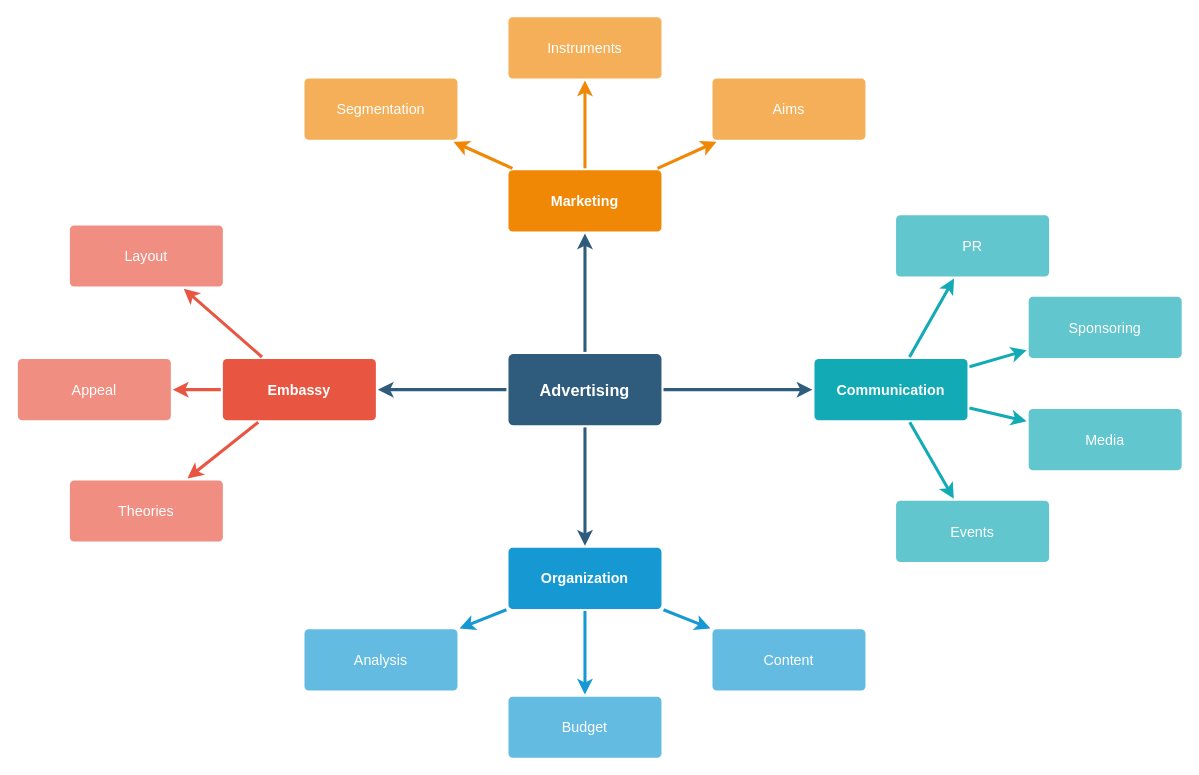
Before: file/未命名绘图.drawio in shuxuecode/drawio, a draw.io diagram. Source tidied: cells renumbered, new cells numbered last; positions are measured from the earlier drawing's top-left corner, leaving out a move shared by most shapes. Both pictures are drawn from the tidied source at 102%, with x=0, y=0 at pixel (17, 16).
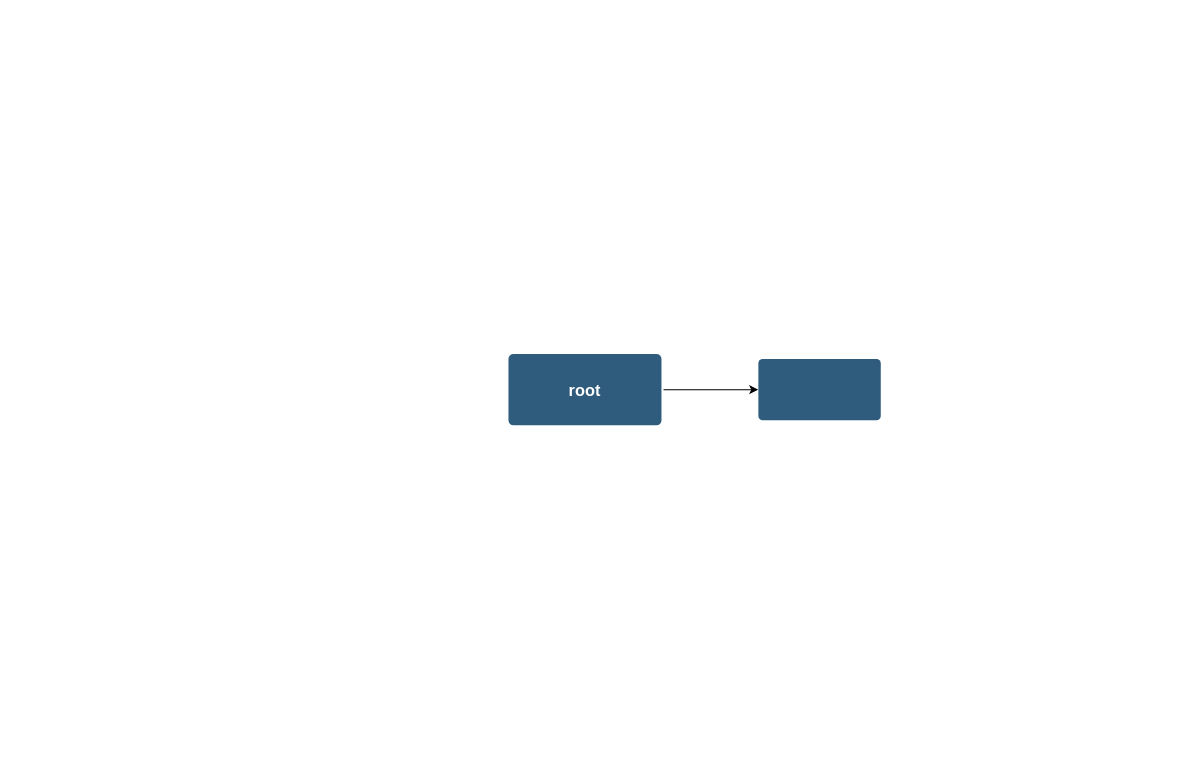
Above is the later version.

Commit message:
更新未命名绘图.drawio

What changed in the source:
```diff
@@
-    <mxCell id="2" style="edgeStyle=none;rounded=0;jumpStyle=none;html=1;shadow=0;labelBackgroundColor=none;startArrow=none;startFill=0;endArrow=classic;endFill=1;jettySize=auto;strokeColor=#2F5B7C;strokeWidth=3;fontFamily=Helvetica;fontSize=16;fontColor=#23445D;spacing=5;" parent="1" edge="1" source="6" target="21">
-      <mxGeometry relative="1" as="geometry" />
-    </mxCell>
-    <mxCell id="3" style="edgeStyle=none;rounded=0;jumpStyle=none;html=1;shadow=0;labelBackgroundColor=none;startArrow=none;startFill=0;endArrow=classic;endFill=1;jettySize=auto;strokeColor=#2F5B7C;strokeWidth=3;fontFamily=Helvetica;fontSize=16;fontColor=#23445D;spacing=5;" parent="1" edge="1" source="6" target="28">
-      <mxGeometry relative="1" as="geometry" />
-    </mxCell>
-    <mxCell id="4" style="edgeStyle=none;rounded=0;jumpStyle=none;html=1;shadow=0;labelBackgroundColor=none;startArrow=none;startFill=0;endArrow=classic;endFill=1;jettySize=auto;strokeColor=#2F5B7C;strokeWidth=3;fontFamily=Helvetica;fontSize=16;fontColor=#23445D;spacing=5;" parent="1" edge="1" source="6" target="17">
-      <mxGeometry relative="1" as="geometry" />
-    </mxCell>
-    <mxCell id="5" style="edgeStyle=none;rounded=0;jumpStyle=none;html=1;shadow=0;labelBackgroundColor=none;startArrow=none;startFill=0;endArrow=classic;endFill=1;jettySize=auto;strokeColor=#2F5B7C;strokeWidth=3;fontFamily=Helvetica;fontSize=16;fontColor=#23445D;spacing=5;" parent="1" edge="1" source="6" target="10">
-      <mxGeometry relative="1" as="geometry" />
-    </mxCell>
+    <mxCell id="37" style="edgeStyle=orthogonalEdgeStyle;rounded=0;jettySize=auto;html=1;" parent="1" edge="1" source="6" target="38">
+      <mxGeometry relative="1" as="geometry" />
+    </mxCell>
-    <mxCell id="6" value="Advertising" style="rounded=1;whiteSpace=wrap;html=1;shadow=0;labelBackgroundColor=none;strokeColor=none;strokeWidth=3;fillColor=#2F5B7C;fontFamily=Helvetica;fontSize=16;fontColor=#FFFFFF;align=center;fontStyle=1;spacing=5;arcSize=7;perimeterSpacing=2;" parent="1" vertex="1">
+    <mxCell id="6" value="root" style="rounded=1;whiteSpace=wrap;html=1;shadow=0;labelBackgroundColor=none;strokeColor=none;strokeWidth=3;fillColor=#2F5B7C;fontFamily=Helvetica;fontSize=16;fontColor=#FFFFFF;align=center;fontStyle=1;spacing=5;arcSize=7;perimeterSpacing=2;" parent="1" vertex="1">
       <mxGeometry x="481" y="330.5" width="150" height="70" as="geometry" />
     </mxCell>
-    <mxCell id="7" style="edgeStyle=none;rounded=1;jumpStyle=none;html=1;shadow=0;labelBackgroundColor=none;startArrow=none;startFill=0;jettySize=auto;strokeColor=#E85642;strokeWidth=3;fontFamily=Helvetica;fontSize=14;fontColor=#FFFFFF;spacing=5;fontStyle=1;fillColor=#b0e3e6;" parent="1" edge="1" source="10" target="13">
-      <mxGeometry relative="1" as="geometry" />
-    </mxCell>
-    <mxCell id="8" style="edgeStyle=none;rounded=1;jumpStyle=none;html=1;shadow=0;labelBackgroundColor=none;startArrow=none;startFill=0;jettySize=auto;strokeColor=#E85642;strokeWidth=3;fontFamily=Helvetica;fontSize=14;fontColor=#FFFFFF;spacing=5;fontStyle=1;fillColor=#b0e3e6;" parent="1" edge="1" source="10" target="12">
-      <mxGeometry relative="1" as="geometry" />
-    </mxCell>
-    <mxCell id="9" style="edgeStyle=none;rounded=1;jumpStyle=none;html=1;shadow=0;labelBackgroundColor=none;startArrow=none;startFill=0;jettySize=auto;strokeColor=#E85642;strokeWidth=3;fontFamily=Helvetica;fontSize=14;fontColor=#FFFFFF;spacing=5;fontStyle=1;fillColor=#b0e3e6;" parent="1" edge="1" source="10" target="11">
-      <mxGeometry relative="1" as="geometry" />
-    </mxCell>
-    <mxCell id="10" value="Embassy" style="rounded=1;whiteSpace=wrap;html=1;shadow=0;labelBackgroundColor=none;strokeColor=none;strokeWidth=3;fillColor=#e85642;fontFamily=Helvetica;fontSize=14;fontColor=#FFFFFF;align=center;spacing=5;fontStyle=1;arcSize=7;perimeterSpacing=2;" parent="1" vertex="1">
-      <mxGeometry x="201" y="335.5" width="150" height="60" as="geometry" />
-    </mxCell>
-    <mxCell id="11" value="Theories" style="rounded=1;whiteSpace=wrap;html=1;shadow=0;labelBackgroundColor=none;strokeColor=none;strokeWidth=3;fillColor=#f08e81;fontFamily=Helvetica;fontSize=14;fontColor=#FFFFFF;align=center;spacing=5;fontStyle=0;arcSize=7;perimeterSpacing=2;" parent="1" vertex="1">
-      <mxGeometry x="51" y="454.5" width="150" height="60" as="geometry" />
-    </mxCell>
-    <mxCell id="12" value="Appeal" style="rounded=1;whiteSpace=wrap;html=1;shadow=0;labelBackgroundColor=none;strokeColor=none;strokeWidth=3;fillColor=#f08e81;fontFamily=Helvetica;fontSize=14;fontColor=#FFFFFF;align=center;spacing=5;fontStyle=0;arcSize=7;perimeterSpacing=2;" parent="1" vertex="1">
-      <mxGeometry y="335.5" width="150" height="60" as="geometry" />
-    </mxCell>
-    <mxCell id="13" value="Layout" style="rounded=1;whiteSpace=wrap;html=1;shadow=0;labelBackgroundColor=none;strokeColor=none;strokeWidth=3;fillColor=#f08e81;fontFamily=Helvetica;fontSize=14;fontColor=#FFFFFF;align=center;spacing=5;fontStyle=0;arcSize=7;perimeterSpacing=2;" parent="1" vertex="1">
-      <mxGeometry x="51" y="204.5" width="150" height="60" as="geometry" />
-    </mxCell>
-    <mxCell id="14" style="edgeStyle=none;rounded=0;jumpStyle=none;html=1;shadow=0;labelBackgroundColor=none;startArrow=none;startFill=0;endArrow=classic;endFill=1;jettySize=auto;strokeColor=#1699D3;strokeWidth=3;fontFamily=Helvetica;fontSize=14;fontColor=#FFFFFF;spacing=5;" parent="1" edge="1" source="17" target="20">
-      <mxGeometry relative="1" as="geometry" />
-    </mxCell>
-    <mxCell id="15" style="edgeStyle=none;rounded=0;jumpStyle=none;html=1;shadow=0;labelBackgroundColor=none;startArrow=none;startFill=0;endArrow=classic;endFill=1;jettySize=auto;strokeColor=#1699D3;strokeWidth=3;fontFamily=Helvetica;fontSize=14;fontColor=#FFFFFF;spacing=5;" parent="1" edge="1" source="17" target="19">
-      <mxGeometry relative="1" as="geometry" />
-    </mxCell>
-    <mxCell id="16" style="edgeStyle=none;rounded=0;jumpStyle=none;html=1;shadow=0;labelBackgroundColor=none;startArrow=none;startFill=0;endArrow=classic;endFill=1;jettySize=auto;strokeColor=#1699D3;strokeWidth=3;fontFamily=Helvetica;fontSize=14;fontColor=#FFFFFF;spacing=5;" parent="1" edge="1" source="17" target="18">
-      <mxGeometry relative="1" as="geometry" />
-    </mxCell>
-    <mxCell id="17" value="Organization" style="rounded=1;whiteSpace=wrap;html=1;shadow=0;labelBackgroundColor=none;strokeColor=none;strokeWidth=3;fillColor=#1699d3;fontFamily=Helvetica;fontSize=14;fontColor=#FFFFFF;align=center;spacing=5;fontStyle=1;arcSize=7;perimeterSpacing=2;" parent="1" vertex="1">
-      <mxGeometry x="481" y="520.5" width="150" height="60" as="geometry" />
-    </mxCell>
-    <mxCell id="18" value="Content" style="rounded=1;whiteSpace=wrap;html=1;shadow=0;labelBackgroundColor=none;strokeColor=none;strokeWidth=3;fillColor=#64bbe2;fontFamily=Helvetica;fontSize=14;fontColor=#FFFFFF;align=center;spacing=5;arcSize=7;perimeterSpacing=2;" parent="1" vertex="1">
-      <mxGeometry x="681" y="600.5" width="150" height="60" as="geometry" />
-    </mxCell>
-    <mxCell id="19" value="Budget" style="rounded=1;whiteSpace=wrap;html=1;shadow=0;labelBackgroundColor=none;strokeColor=none;strokeWidth=3;fillColor=#64bbe2;fontFamily=Helvetica;fontSize=14;fontColor=#FFFFFF;align=center;spacing=5;arcSize=7;perimeterSpacing=2;" parent="1" vertex="1">
-      <mxGeometry x="481" y="666.5" width="150" height="60" as="geometry" />
-    </mxCell>
-    <mxCell id="20" value="Analysis" style="rounded=1;whiteSpace=wrap;html=1;shadow=0;labelBackgroundColor=none;strokeColor=none;strokeWidth=3;fillColor=#64bbe2;fontFamily=Helvetica;fontSize=14;fontColor=#FFFFFF;align=center;spacing=5;arcSize=7;perimeterSpacing=2;" parent="1" vertex="1">
-      <mxGeometry x="281" y="600.5" width="150" height="60" as="geometry" />
-    </mxCell>
-    <mxCell id="21" value="Marketing" style="rounded=1;whiteSpace=wrap;html=1;shadow=0;labelBackgroundColor=none;strokeColor=none;strokeWidth=3;fillColor=#F08705;fontFamily=Helvetica;fontSize=14;fontColor=#FFFFFF;align=center;spacing=5;fontStyle=1;arcSize=7;perimeterSpacing=2;" parent="1" vertex="1">
-      <mxGeometry x="481" y="150.5" width="150" height="60" as="geometry" />
-    </mxCell>
-    <mxCell id="22" value="Aims&lt;br&gt;" style="rounded=1;whiteSpace=wrap;html=1;shadow=0;labelBackgroundColor=none;strokeColor=none;strokeWidth=3;fillColor=#f5af58;fontFamily=Helvetica;fontSize=14;fontColor=#FFFFFF;align=center;spacing=5;arcSize=7;perimeterSpacing=2;" parent="1" vertex="1">
-      <mxGeometry x="681" y="60.5" width="150" height="60" as="geometry" />
-    </mxCell>
-    <mxCell id="23" style="edgeStyle=none;rounded=0;jumpStyle=none;html=1;shadow=0;labelBackgroundColor=none;startArrow=none;startFill=0;endArrow=classic;endFill=1;jettySize=auto;strokeColor=#F08705;strokeWidth=3;fontFamily=Helvetica;fontSize=14;fontColor=#FFFFFF;spacing=5;" parent="1" edge="1" source="21" target="22">
-      <mxGeometry relative="1" as="geometry" />
-    </mxCell>
-    <mxCell id="24" value="Instruments" style="rounded=1;whiteSpace=wrap;html=1;shadow=0;labelBackgroundColor=none;strokeColor=none;strokeWidth=3;fillColor=#f5af58;fontFamily=Helvetica;fontSize=14;fontColor=#FFFFFF;align=center;spacing=5;arcSize=7;perimeterSpacing=2;" parent="1" vertex="1">
-      <mxGeometry x="481" y="0.5" width="150" height="60" as="geometry" />
-    </mxCell>
-    <mxCell id="25" style="edgeStyle=none;rounded=0;jumpStyle=none;html=1;shadow=0;labelBackgroundColor=none;startArrow=none;startFill=0;endArrow=classic;endFill=1;jettySize=auto;strokeColor=#F08705;strokeWidth=3;fontFamily=Helvetica;fontSize=14;fontColor=#FFFFFF;spacing=5;" parent="1" edge="1" source="21" target="24">
-      <mxGeometry relative="1" as="geometry" />
-    </mxCell>
-    <mxCell id="26" value="Segmentation" style="rounded=1;whiteSpace=wrap;html=1;shadow=0;labelBackgroundColor=none;strokeColor=none;strokeWidth=3;fillColor=#f5af58;fontFamily=Helvetica;fontSize=14;fontColor=#FFFFFF;align=center;spacing=5;arcSize=7;perimeterSpacing=2;" parent="1" vertex="1">
-      <mxGeometry x="281" y="60.5" width="150" height="60" as="geometry" />
-    </mxCell>
-    <mxCell id="27" style="edgeStyle=none;rounded=0;jumpStyle=none;html=1;shadow=0;labelBackgroundColor=none;startArrow=none;startFill=0;endArrow=classic;endFill=1;jettySize=auto;strokeColor=#F08705;strokeWidth=3;fontFamily=Helvetica;fontSize=14;fontColor=#FFFFFF;spacing=5;" parent="1" edge="1" source="21" target="26">
-      <mxGeometry relative="1" as="geometry" />
-    </mxCell>
-    <mxCell id="28" value="Communication" style="rounded=1;whiteSpace=wrap;html=1;shadow=0;labelBackgroundColor=none;strokeColor=none;strokeWidth=3;fillColor=#12aab5;fontFamily=Helvetica;fontSize=14;fontColor=#FFFFFF;align=center;spacing=5;fontStyle=1;arcSize=7;perimeterSpacing=2;" parent="1" vertex="1">
-      <mxGeometry x="781" y="335.5" width="150" height="60" as="geometry" />
-    </mxCell>
-    <mxCell id="29" value="Events" style="rounded=1;whiteSpace=wrap;html=1;shadow=0;labelBackgroundColor=none;strokeColor=none;strokeWidth=3;fillColor=#61c6ce;fontFamily=Helvetica;fontSize=14;fontColor=#FFFFFF;align=center;spacing=5;fontStyle=0;arcSize=7;perimeterSpacing=2;" parent="1" vertex="1">
-      <mxGeometry x="861" y="474.5" width="150" height="60" as="geometry" />
-    </mxCell>
-    <mxCell id="30" style="edgeStyle=none;rounded=1;jumpStyle=none;html=1;shadow=0;labelBackgroundColor=none;startArrow=none;startFill=0;jettySize=auto;strokeColor=#12AAB5;strokeWidth=3;fontFamily=Helvetica;fontSize=14;fontColor=#FFFFFF;spacing=5;fontStyle=1;fillColor=#b0e3e6;" parent="1" edge="1" source="28" target="29">
-      <mxGeometry relative="1" as="geometry" />
-    </mxCell>
-    <mxCell id="31" value="Media" style="rounded=1;whiteSpace=wrap;html=1;shadow=0;labelBackgroundColor=none;strokeColor=none;strokeWidth=3;fillColor=#61c6ce;fontFamily=Helvetica;fontSize=14;fontColor=#FFFFFF;align=center;spacing=5;fontStyle=0;arcSize=7;perimeterSpacing=2;" parent="1" vertex="1">
-      <mxGeometry x="991" y="384.5" width="150" height="60" as="geometry" />
-    </mxCell>
-    <mxCell id="32" style="edgeStyle=none;rounded=1;jumpStyle=none;html=1;shadow=0;labelBackgroundColor=none;startArrow=none;startFill=0;jettySize=auto;strokeColor=#12AAB5;strokeWidth=3;fontFamily=Helvetica;fontSize=14;fontColor=#FFFFFF;spacing=5;fontStyle=1;fillColor=#b0e3e6;" parent="1" edge="1" source="28" target="31">
-      <mxGeometry relative="1" as="geometry" />
-    </mxCell>
-    <mxCell id="33" value="Sponsoring" style="rounded=1;whiteSpace=wrap;html=1;shadow=0;labelBackgroundColor=none;strokeColor=none;strokeWidth=3;fillColor=#61c6ce;fontFamily=Helvetica;fontSize=14;fontColor=#FFFFFF;align=center;spacing=5;fontStyle=0;arcSize=7;perimeterSpacing=2;" parent="1" vertex="1">
-      <mxGeometry x="991" y="274.5" width="150" height="60" as="geometry" />
-    </mxCell>
-    <mxCell id="34" style="edgeStyle=none;rounded=1;jumpStyle=none;html=1;shadow=0;labelBackgroundColor=none;startArrow=none;startFill=0;jettySize=auto;strokeColor=#12AAB5;strokeWidth=3;fontFamily=Helvetica;fontSize=14;fontColor=#FFFFFF;spacing=5;fontStyle=1;fillColor=#b0e3e6;" parent="1" edge="1" source="28" target="33">
-      <mxGeometry relative="1" as="geometry" />
-    </mxCell>
-    <mxCell id="35" value="PR" style="rounded=1;whiteSpace=wrap;html=1;shadow=0;labelBackgroundColor=none;strokeColor=none;strokeWidth=3;fillColor=#61c6ce;fontFamily=Helvetica;fontSize=14;fontColor=#FFFFFF;align=center;spacing=5;fontStyle=0;arcSize=7;perimeterSpacing=2;" parent="1" vertex="1">
-      <mxGeometry x="861" y="194.5" width="150" height="60" as="geometry" />
-    </mxCell>
-    <mxCell id="36" style="edgeStyle=none;rounded=1;jumpStyle=none;html=1;shadow=0;labelBackgroundColor=none;startArrow=none;startFill=0;jettySize=auto;strokeColor=#12AAB5;strokeWidth=3;fontFamily=Helvetica;fontSize=14;fontColor=#FFFFFF;spacing=5;fontStyle=1;fillColor=#b0e3e6;" parent="1" edge="1" source="28" target="35">
-      <mxGeometry relative="1" as="geometry" />
-    </mxCell>
+    <mxCell id="38" style="whiteSpace=wrap;html=1;fontSize=16;fillColor=#2F5B7C;strokeColor=none;fontColor=#FFFFFF;rounded=1;shadow=0;labelBackgroundColor=none;strokeWidth=3;fontStyle=1;spacing=5;arcSize=7;" parent="1" vertex="1">
+      <mxGeometry x="726" y="335.5" width="120" height="60" as="geometry" />
+    </mxCell>
```
